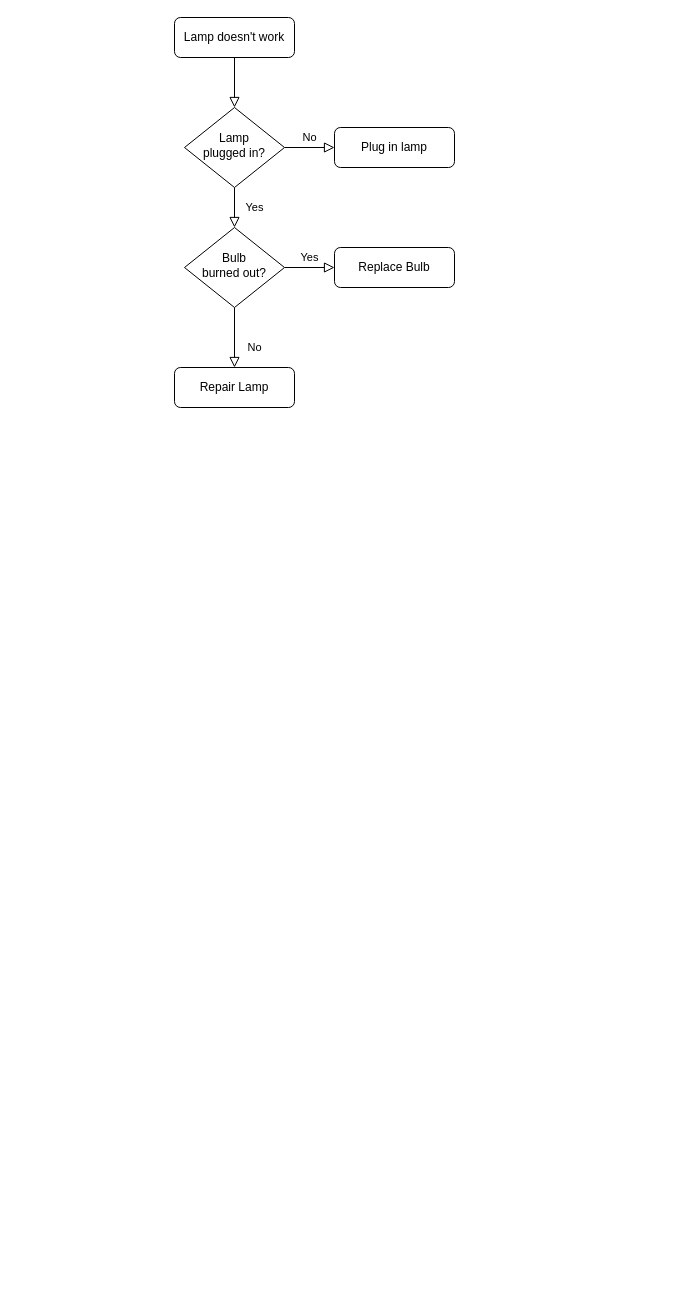
Earlier version of the draw.io diagram draw/work/任务流程.drawio (HeisenbergV/node). Source tidied: cells renumbered, new cells numbered last; positions are measured from the earlier drawing's top-left corner, leaving out a move shared by most shapes. Both pictures are drawn from the tidied source at 100%, with x=0, y=0 at pixel (174, 17).
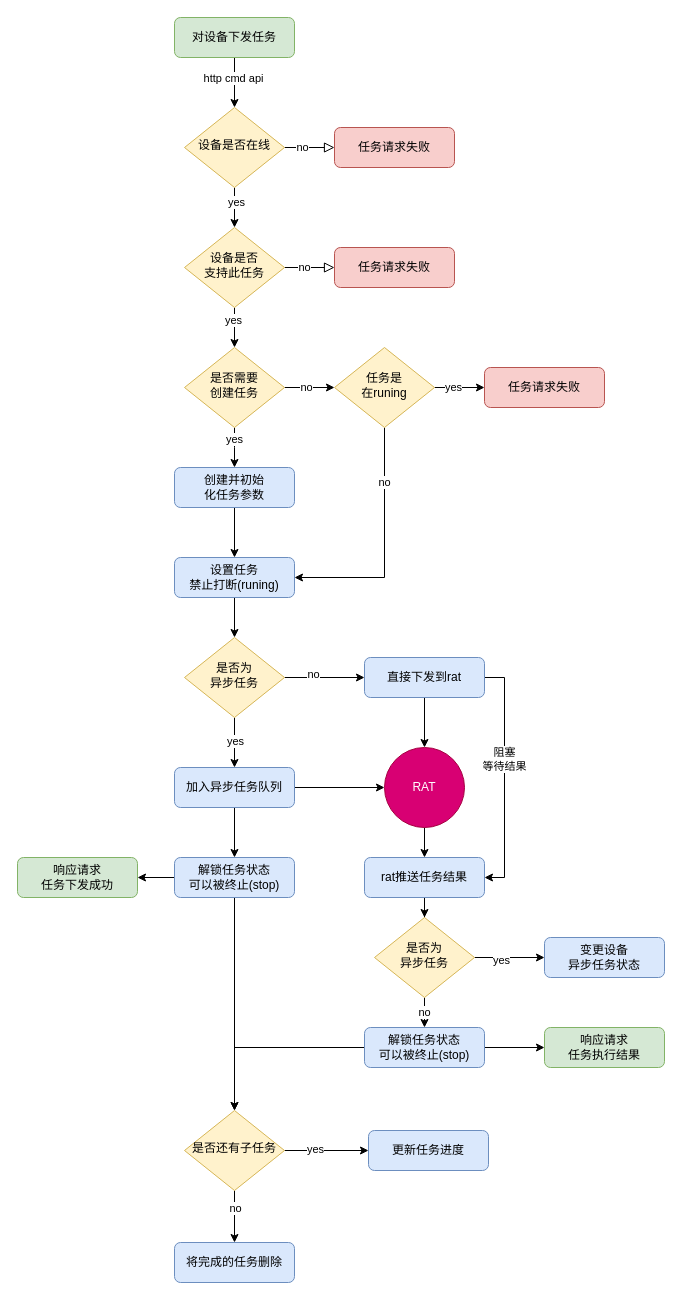
Above is the later version.

Commit message:
更新任务流程.drawio

What changed in the source:
```diff
@@
-    <mxCell id="2" style="rounded=0;html=1;jettySize=auto;fontSize=11;endArrow=block;endFill=0;endSize=8;strokeWidth=1;shadow=0;labelBackgroundColor=none;edgeStyle=orthogonalEdgeStyle;" parent="1" edge="1" source="3" target="6">
+    <mxCell id="2" style="edgeStyle=orthogonalEdgeStyle;rounded=0;jettySize=auto;html=1;" parent="1" edge="1" source="3" target="6">
       <mxGeometry relative="1" as="geometry" />
     </mxCell>
+    <mxCell id="13" value="http cmd api" style="edgeLabel;html=1;align=center;verticalAlign=middle;" parent="2" vertex="1">
+      <mxGeometry x="-0.2" y="-2" relative="1" as="geometry" />
+    </mxCell>
-    <mxCell id="3" value="Lamp doesn't work" style="rounded=1;whiteSpace=wrap;html=1;fontSize=12;glass=0;strokeWidth=1;shadow=0;" parent="1" vertex="1">
+    <mxCell id="3" value="对设备下发任务" style="rounded=1;whiteSpace=wrap;html=1;fontSize=12;glass=0;strokeWidth=1;shadow=0;fillColor=#d5e8d4;strokeColor=#82b366;" parent="1" vertex="1">
       <mxGeometry width="120" height="40" as="geometry" />
     </mxCell>
+    <mxCell id="5" style="edgeStyle=orthogonalEdgeStyle;rounded=0;html=1;jettySize=auto;fontSize=11;endArrow=block;endFill=0;endSize=8;strokeWidth=1;shadow=0;labelBackgroundColor=none;" parent="1" edge="1" source="6" target="7">
+      <mxGeometry y="10" relative="1" as="geometry" />
+    </mxCell>
+    <mxCell id="14" value="no" style="edgeLabel;html=1;align=center;verticalAlign=middle;" parent="5" vertex="1">
+      <mxGeometry x="-0.32" y="1" relative="1" as="geometry" />
+    </mxCell>
-    <mxCell id="4" value="Yes" style="rounded=0;html=1;jettySize=auto;fontSize=11;endArrow=block;endFill=0;endSize=8;strokeWidth=1;shadow=0;labelBackgroundColor=none;edgeStyle=orthogonalEdgeStyle;" parent="1" edge="1" source="6" target="10">
-      <mxGeometry y="20" relative="1" as="geometry" />
+    <mxCell id="4" style="edgeStyle=orthogonalEdgeStyle;rounded=0;jettySize=auto;html=1;entryX=0.5;entryY=0;entryDx=0;entryDy=0;" parent="1" edge="1" source="6" target="10">
+      <mxGeometry relative="1" as="geometry" />
     </mxCell>
-    <mxCell id="5" value="No" style="edgeStyle=orthogonalEdgeStyle;rounded=0;html=1;jettySize=auto;fontSize=11;endArrow=block;endFill=0;endSize=8;strokeWidth=1;shadow=0;labelBackgroundColor=none;" parent="1" edge="1" source="6" target="7">
-      <mxGeometry y="10" relative="1" as="geometry" />
-    </mxCell>
+    <mxCell id="15" value="yes" style="edgeLabel;html=1;align=center;verticalAlign=middle;" parent="4" vertex="1">
+      <mxGeometry x="-0.3" y="1" relative="1" as="geometry" />
+    </mxCell>
-    <mxCell id="6" value="Lamp&lt;br&gt;plugged in?" style="rhombus;whiteSpace=wrap;html=1;shadow=0;fontFamily=Helvetica;fontSize=12;align=center;strokeWidth=1;spacing=6;spacingTop=-4;" parent="1" vertex="1">
+    <mxCell id="6" value="设备是否在线" style="rhombus;whiteSpace=wrap;html=1;shadow=0;fontFamily=Helvetica;fontSize=12;align=center;strokeWidth=1;spacing=6;spacingTop=-4;fillColor=#fff2cc;strokeColor=#d6b656;" parent="1" vertex="1">
       <mxGeometry x="10" y="90" width="100" height="80" as="geometry" />
     </mxCell>
-    <mxCell id="7" value="Plug in lamp" style="rounded=1;whiteSpace=wrap;html=1;fontSize=12;glass=0;strokeWidth=1;shadow=0;" parent="1" vertex="1">
+    <mxCell id="7" value="任务请求失败" style="rounded=1;whiteSpace=wrap;html=1;fontSize=12;glass=0;strokeWidth=1;shadow=0;fillColor=#f8cecc;strokeColor=#b85450;" parent="1" vertex="1">
       <mxGeometry x="160" y="110" width="120" height="40" as="geometry" />
     </mxCell>
-    <mxCell id="8" value="No" style="rounded=0;html=1;jettySize=auto;fontSize=11;endArrow=block;endFill=0;endSize=8;strokeWidth=1;shadow=0;labelBackgroundColor=none;edgeStyle=orthogonalEdgeStyle;" parent="1" edge="1" source="10" target="11">
-      <mxGeometry x="0.33" y="20" relative="1" as="geometry" />
-    </mxCell>
-    <mxCell id="9" value="Yes" style="edgeStyle=orthogonalEdgeStyle;rounded=0;html=1;jettySize=auto;fontSize=11;endArrow=block;endFill=0;endSize=8;strokeWidth=1;shadow=0;labelBackgroundColor=none;" parent="1" edge="1" source="10" target="12">
+    <mxCell id="9" style="edgeStyle=orthogonalEdgeStyle;rounded=0;html=1;jettySize=auto;fontSize=11;endArrow=block;endFill=0;endSize=8;strokeWidth=1;shadow=0;labelBackgroundColor=none;" parent="1" edge="1" source="10" target="12">
       <mxGeometry y="10" relative="1" as="geometry" />
     </mxCell>
+    <mxCell id="16" value="no" style="edgeLabel;html=1;align=center;verticalAlign=middle;" parent="9" vertex="1">
+      <mxGeometry x="-0.24" y="1" relative="1" as="geometry" />
+    </mxCell>
+    <mxCell id="17" style="edgeStyle=orthogonalEdgeStyle;rounded=0;jettySize=auto;html=1;entryX=0.5;entryY=0;entryDx=0;entryDy=0;" parent="1" edge="1" source="10" target="23">
+      <mxGeometry relative="1" as="geometry" />
+    </mxCell>
+    <mxCell id="18" value="yes" style="edgeLabel;html=1;align=center;verticalAlign=middle;" parent="17" vertex="1">
+      <mxGeometry x="-0.4" y="-2" relative="1" as="geometry" />
+    </mxCell>
-    <mxCell id="10" value="Bulb&lt;br&gt;burned out?" style="rhombus;whiteSpace=wrap;html=1;shadow=0;fontFamily=Helvetica;fontSize=12;align=center;strokeWidth=1;spacing=6;spacingTop=-4;" parent="1" vertex="1">
+    <mxCell id="10" value="设备是否&lt;br&gt;支持此任务" style="rhombus;whiteSpace=wrap;html=1;shadow=0;fontFamily=Helvetica;fontSize=12;align=center;strokeWidth=1;spacing=6;spacingTop=-4;fillColor=#fff2cc;strokeColor=#d6b656;" parent="1" vertex="1">
       <mxGeometry x="10" y="210" width="100" height="80" as="geometry" />
     </mxCell>
-    <mxCell id="11" value="Repair Lamp" style="rounded=1;whiteSpace=wrap;html=1;fontSize=12;glass=0;strokeWidth=1;shadow=0;" parent="1" vertex="1">
-      <mxGeometry y="350" width="120" height="40" as="geometry" />
-    </mxCell>
-    <mxCell id="12" value="Replace Bulb" style="rounded=1;whiteSpace=wrap;html=1;fontSize=12;glass=0;strokeWidth=1;shadow=0;" parent="1" vertex="1">
+    <mxCell id="12" value="任务请求失败" style="rounded=1;whiteSpace=wrap;html=1;fontSize=12;glass=0;strokeWidth=1;shadow=0;fillColor=#f8cecc;strokeColor=#b85450;" parent="1" vertex="1">
       <mxGeometry x="160" y="230" width="120" height="40" as="geometry" />
     </mxCell>
+    <mxCell id="19" style="edgeStyle=orthogonalEdgeStyle;rounded=0;jettySize=auto;html=1;" parent="1" edge="1" source="23">
+      <mxGeometry relative="1" as="geometry">
+        <mxPoint x="160" y="370" as="targetPoint" />
+      </mxGeometry>
+    </mxCell>
+    <mxCell id="20" value="no" style="edgeLabel;html=1;align=center;verticalAlign=middle;" parent="19" vertex="1">
+      <mxGeometry x="-0.16" y="1" relative="1" as="geometry" />
+    </mxCell>
+    <mxCell id="21" style="edgeStyle=orthogonalEdgeStyle;rounded=0;jettySize=auto;html=1;entryX=0.5;entryY=0;entryDx=0;entryDy=0;" parent="1" edge="1" source="23">
+      <mxGeometry relative="1" as="geometry">
+        <mxPoint x="60" y="450" as="targetPoint" />
+      </mxGeometry>
+    </mxCell>
+    <mxCell id="22" value="yes" style="edgeLabel;html=1;align=center;verticalAlign=middle;" parent="21" vertex="1">
+      <mxGeometry x="-0.45" y="-1" relative="1" as="geometry" />
+    </mxCell>
+    <mxCell id="23" value="是否需要&lt;br&gt;创建任务" style="rhombus;whiteSpace=wrap;html=1;shadow=0;fontFamily=Helvetica;fontSize=12;align=center;strokeWidth=1;spacing=6;spacingTop=-4;fillColor=#fff2cc;strokeColor=#d6b656;" parent="1" vertex="1">
+      <mxGeometry x="10" y="330" width="100" height="80" as="geometry" />
+    </mxCell>
+    <mxCell id="24" style="edgeStyle=orthogonalEdgeStyle;rounded=0;jettySize=auto;html=1;" parent="1" edge="1" source="28">
+      <mxGeometry relative="1" as="geometry">
+        <mxPoint x="310" y="370" as="targetPoint" />
+      </mxGeometry>
+    </mxCell>
+    <mxCell id="25" value="yes" style="edgeLabel;html=1;align=center;verticalAlign=middle;" parent="24" vertex="1">
+      <mxGeometry x="-0.28" y="1" relative="1" as="geometry" />
+    </mxCell>
+    <mxCell id="26" style="edgeStyle=orthogonalEdgeStyle;rounded=0;jettySize=auto;html=1;entryX=1;entryY=0.5;entryDx=0;entryDy=0;" parent="1" edge="1" source="28" target="33">
+      <mxGeometry relative="1" as="geometry">
+        <Array as="points">
+          <mxPoint x="210" y="560" />
+        </Array>
+      </mxGeometry>
+    </mxCell>
+    <mxCell id="27" value="no" style="edgeLabel;html=1;align=center;verticalAlign=middle;" parent="26" vertex="1">
+      <mxGeometry x="-0.55" y="-1" relative="1" as="geometry" />
+    </mxCell>
+    <mxCell id="28" value="任务是&lt;br&gt;在runing&lt;br&gt;" style="rhombus;whiteSpace=wrap;html=1;shadow=0;fontFamily=Helvetica;fontSize=12;align=center;strokeWidth=1;spacing=6;spacingTop=-4;fillColor=#fff2cc;strokeColor=#d6b656;" parent="1" vertex="1">
+      <mxGeometry x="160" y="330" width="100" height="80" as="geometry" />
+    </mxCell>
+    <mxCell id="29" value="任务请求失败" style="rounded=1;whiteSpace=wrap;html=1;fontSize=12;glass=0;strokeWidth=1;shadow=0;fillColor=#f8cecc;strokeColor=#b85450;" parent="1" vertex="1">
+      <mxGeometry x="310" y="350" width="120" height="40" as="geometry" />
+    </mxCell>
+    <mxCell id="30" style="edgeStyle=orthogonalEdgeStyle;rounded=0;jettySize=auto;html=1;entryX=0.5;entryY=0;entryDx=0;entryDy=0;" parent="1" edge="1" source="31" target="33">
+      <mxGeometry relative="1" as="geometry" />
+    </mxCell>
+    <mxCell id="31" value="创建并初始&lt;br&gt;化任务参数" style="rounded=1;whiteSpace=wrap;html=1;fontSize=12;glass=0;strokeWidth=1;shadow=0;fillColor=#dae8fc;strokeColor=#6c8ebf;" parent="1" vertex="1">
+      <mxGeometry y="450" width="120" height="40" as="geometry" />
+    </mxCell>
+    <mxCell id="32" style="edgeStyle=orthogonalEdgeStyle;rounded=0;jettySize=auto;html=1;entryX=0.5;entryY=0;entryDx=0;entryDy=0;" parent="1" edge="1" source="33" target="45">
+      <mxGeometry relative="1" as="geometry" />
+    </mxCell>
+    <mxCell id="33" value="设置任务&lt;br&gt;禁止打断(runing)" style="rounded=1;whiteSpace=wrap;html=1;fontSize=12;glass=0;strokeWidth=1;shadow=0;fillColor=#dae8fc;strokeColor=#6c8ebf;" parent="1" vertex="1">
+      <mxGeometry y="540" width="120" height="40" as="geometry" />
+    </mxCell>
+    <mxCell id="34" style="edgeStyle=orthogonalEdgeStyle;rounded=0;jettySize=auto;html=1;entryX=0.5;entryY=0;entryDx=0;entryDy=0;" parent="1" edge="1" source="35" target="57">
+      <mxGeometry relative="1" as="geometry" />
+    </mxCell>
+    <mxCell id="35" value="rat推送任务结果" style="rounded=1;whiteSpace=wrap;html=1;fontSize=12;glass=0;strokeWidth=1;shadow=0;fillColor=#dae8fc;strokeColor=#6c8ebf;" parent="1" vertex="1">
+      <mxGeometry x="190" y="840" width="120" height="40" as="geometry" />
+    </mxCell>
+    <mxCell id="36" style="edgeStyle=orthogonalEdgeStyle;rounded=0;jettySize=auto;html=1;entryX=0;entryY=0.5;entryDx=0;entryDy=0;" parent="1" edge="1" source="38" target="40">
+      <mxGeometry relative="1" as="geometry" />
+    </mxCell>
+    <mxCell id="37" style="edgeStyle=orthogonalEdgeStyle;rounded=0;jettySize=auto;html=1;entryX=0.5;entryY=0;entryDx=0;entryDy=0;" parent="1" edge="1" source="38" target="53">
+      <mxGeometry relative="1" as="geometry" />
+    </mxCell>
+    <mxCell id="38" value="加入异步任务队列" style="rounded=1;whiteSpace=wrap;html=1;fontSize=12;glass=0;strokeWidth=1;shadow=0;fillColor=#dae8fc;strokeColor=#6c8ebf;" parent="1" vertex="1">
+      <mxGeometry y="750" width="120" height="40" as="geometry" />
+    </mxCell>
+    <mxCell id="39" style="edgeStyle=orthogonalEdgeStyle;rounded=0;jettySize=auto;html=1;entryX=0.5;entryY=0;entryDx=0;entryDy=0;" parent="1" edge="1" source="40" target="35">
+      <mxGeometry relative="1" as="geometry" />
+    </mxCell>
+    <mxCell id="40" value="RAT" style="ellipse;whiteSpace=wrap;html=1;fillColor=#d80073;strokeColor=#A50040;fontColor=#ffffff;" parent="1" vertex="1">
+      <mxGeometry x="210" y="730" width="80" height="80" as="geometry" />
+    </mxCell>
+    <mxCell id="41" style="edgeStyle=orthogonalEdgeStyle;rounded=0;jettySize=auto;html=1;entryX=0.5;entryY=0;entryDx=0;entryDy=0;" parent="1" edge="1" source="45" target="38">
+      <mxGeometry relative="1" as="geometry" />
+    </mxCell>
+    <mxCell id="42" value="yes" style="edgeLabel;html=1;align=center;verticalAlign=middle;" parent="41" vertex="1">
+      <mxGeometry x="-0.1" relative="1" as="geometry" />
+    </mxCell>
+    <mxCell id="43" style="edgeStyle=orthogonalEdgeStyle;rounded=0;jettySize=auto;html=1;entryX=0;entryY=0.5;entryDx=0;entryDy=0;" parent="1" edge="1" source="45" target="50">
+      <mxGeometry relative="1" as="geometry" />
+    </mxCell>
+    <mxCell id="44" value="no" style="edgeLabel;html=1;align=center;verticalAlign=middle;" parent="43" vertex="1">
+      <mxGeometry x="-0.3" y="4" relative="1" as="geometry" />
+    </mxCell>
+    <mxCell id="45" value="是否为&lt;br&gt;异步任务" style="rhombus;whiteSpace=wrap;html=1;shadow=0;fontFamily=Helvetica;fontSize=12;align=center;strokeWidth=1;spacing=6;spacingTop=-4;fillColor=#fff2cc;strokeColor=#d6b656;" parent="1" vertex="1">
+      <mxGeometry x="10" y="620" width="100" height="80" as="geometry" />
+    </mxCell>
+    <mxCell id="46" value="响应请求&lt;br&gt;任务下发成功" style="rounded=1;whiteSpace=wrap;html=1;fontSize=12;glass=0;strokeWidth=1;shadow=0;fillColor=#d5e8d4;strokeColor=#82b366;" parent="1" vertex="1">
+      <mxGeometry x="-157" y="840" width="120" height="40" as="geometry" />
+    </mxCell>
+    <mxCell id="47" style="edgeStyle=orthogonalEdgeStyle;rounded=0;jettySize=auto;html=1;entryX=0.5;entryY=0;entryDx=0;entryDy=0;" parent="1" edge="1" source="50" target="40">
+      <mxGeometry relative="1" as="geometry" />
+    </mxCell>
+    <mxCell id="48" style="edgeStyle=orthogonalEdgeStyle;rounded=0;jettySize=auto;html=1;entryX=1;entryY=0.5;entryDx=0;entryDy=0;" parent="1" edge="1" source="50" target="35">
+      <mxGeometry relative="1" as="geometry">
+        <Array as="points">
+          <mxPoint x="330" y="660" />
+          <mxPoint x="330" y="860" />
+        </Array>
+      </mxGeometry>
+    </mxCell>
+    <mxCell id="49" value="阻塞&lt;br&gt;等待结果" style="edgeLabel;html=1;align=center;verticalAlign=middle;" parent="48" vertex="1">
+      <mxGeometry x="-0.16" y="-1" relative="1" as="geometry" />
+    </mxCell>
+    <mxCell id="50" value="直接下发到rat" style="rounded=1;whiteSpace=wrap;html=1;fontSize=12;glass=0;strokeWidth=1;shadow=0;fillColor=#dae8fc;strokeColor=#6c8ebf;" parent="1" vertex="1">
+      <mxGeometry x="190" y="640" width="120" height="40" as="geometry" />
+    </mxCell>
+    <mxCell id="51" style="edgeStyle=orthogonalEdgeStyle;rounded=0;jettySize=auto;html=1;entryX=1;entryY=0.5;entryDx=0;entryDy=0;" parent="1" edge="1" source="53" target="46">
+      <mxGeometry relative="1" as="geometry" />
+    </mxCell>
+    <mxCell id="52" style="edgeStyle=orthogonalEdgeStyle;rounded=0;jettySize=auto;html=1;entryX=0.5;entryY=0;entryDx=0;entryDy=0;" parent="1" edge="1" source="53" target="67">
+      <mxGeometry relative="1" as="geometry" />
+    </mxCell>
+    <mxCell id="53" value="解锁任务状态&lt;br&gt;可以被终止(stop)" style="rounded=1;whiteSpace=wrap;html=1;fontSize=12;glass=0;strokeWidth=1;shadow=0;fillColor=#dae8fc;strokeColor=#6c8ebf;" parent="1" vertex="1">
+      <mxGeometry y="840" width="120" height="40" as="geometry" />
+    </mxCell>
+    <mxCell id="54" value="no" style="edgeStyle=orthogonalEdgeStyle;rounded=0;jettySize=auto;html=1;exitX=0.5;exitY=1;exitDx=0;exitDy=0;entryX=0.5;entryY=0;entryDx=0;entryDy=0;" parent="1" edge="1" source="57" target="60">
+      <mxGeometry relative="1" as="geometry" />
+    </mxCell>
+    <mxCell id="55" style="edgeStyle=orthogonalEdgeStyle;rounded=0;jettySize=auto;html=1;entryX=0;entryY=0.5;entryDx=0;entryDy=0;" parent="1" edge="1" source="57" target="62">
+      <mxGeometry relative="1" as="geometry" />
+    </mxCell>
+    <mxCell id="56" value="yes" style="edgeLabel;html=1;align=center;verticalAlign=middle;" parent="55" vertex="1">
+      <mxGeometry x="-0.26" y="-2" relative="1" as="geometry" />
+    </mxCell>
+    <mxCell id="57" value="是否为&lt;br&gt;异步任务" style="rhombus;whiteSpace=wrap;html=1;shadow=0;fontFamily=Helvetica;fontSize=12;align=center;strokeWidth=1;spacing=6;spacingTop=-4;fillColor=#fff2cc;strokeColor=#d6b656;" parent="1" vertex="1">
+      <mxGeometry x="200" y="900" width="100" height="80" as="geometry" />
+    </mxCell>
+    <mxCell id="58" style="edgeStyle=orthogonalEdgeStyle;rounded=0;jettySize=auto;html=1;entryX=0;entryY=0.5;entryDx=0;entryDy=0;" parent="1" edge="1" source="60" target="61">
+      <mxGeometry relative="1" as="geometry" />
+    </mxCell>
+    <mxCell id="59" style="edgeStyle=orthogonalEdgeStyle;rounded=0;jettySize=auto;html=1;entryX=0.5;entryY=0;entryDx=0;entryDy=0;" parent="1" edge="1" source="60" target="67">
+      <mxGeometry relative="1" as="geometry" />
+    </mxCell>
+    <mxCell id="60" value="解锁任务状态&lt;br&gt;可以被终止(stop)" style="rounded=1;whiteSpace=wrap;html=1;fontSize=12;glass=0;strokeWidth=1;shadow=0;fillColor=#dae8fc;strokeColor=#6c8ebf;" parent="1" vertex="1">
+      <mxGeometry x="190" y="1010" width="120" height="40" as="geometry" />
+    </mxCell>
+    <mxCell id="61" value="响应请求&lt;br&gt;任务执行结果" style="rounded=1;whiteSpace=wrap;html=1;fontSize=12;glass=0;strokeWidth=1;shadow=0;fillColor=#d5e8d4;strokeColor=#82b366;" parent="1" vertex="1">
+      <mxGeometry x="370" y="1010" width="120" height="40" as="geometry" />
+    </mxCell>
+    <mxCell id="62" value="变更设备&lt;br&gt;异步任务状态" style="rounded=1;whiteSpace=wrap;html=1;fontSize=12;glass=0;strokeWidth=1;shadow=0;fillColor=#dae8fc;strokeColor=#6c8ebf;" parent="1" vertex="1">
+      <mxGeometry x="370" y="920" width="120" height="40" as="geometry" />
+    </mxCell>
+    <mxCell id="63" style="edgeStyle=orthogonalEdgeStyle;rounded=0;jettySize=auto;html=1;entryX=0;entryY=0.5;entryDx=0;entryDy=0;" parent="1" edge="1" source="67" target="68">
+      <mxGeometry relative="1" as="geometry" />
+    </mxCell>
+    <mxCell id="64" value="yes" style="edgeLabel;html=1;align=center;verticalAlign=middle;" parent="63" vertex="1">
+      <mxGeometry x="-0.29" y="2" relative="1" as="geometry" />
+    </mxCell>
+    <mxCell id="65" style="edgeStyle=orthogonalEdgeStyle;rounded=0;jettySize=auto;html=1;" parent="1" edge="1" source="67" target="69">
+      <mxGeometry relative="1" as="geometry" />
+    </mxCell>
+    <mxCell id="66" value="no" style="edgeLabel;html=1;align=center;verticalAlign=middle;" parent="65" vertex="1">
+      <mxGeometry x="-0.35" relative="1" as="geometry" />
+    </mxCell>
+    <mxCell id="67" value="是否还有子任务" style="rhombus;whiteSpace=wrap;html=1;shadow=0;fontFamily=Helvetica;fontSize=12;align=center;strokeWidth=1;spacing=6;spacingTop=-4;fillColor=#fff2cc;strokeColor=#d6b656;" parent="1" vertex="1">
+      <mxGeometry x="10" y="1093" width="100" height="80" as="geometry" />
+    </mxCell>
+    <mxCell id="68" value="更新任务进度" style="rounded=1;whiteSpace=wrap;html=1;fontSize=12;glass=0;strokeWidth=1;shadow=0;fillColor=#dae8fc;strokeColor=#6c8ebf;" parent="1" vertex="1">
+      <mxGeometry x="194" y="1113" width="120" height="40" as="geometry" />
+    </mxCell>
+    <mxCell id="69" value="将完成的任务删除" style="rounded=1;whiteSpace=wrap;html=1;fontSize=12;glass=0;strokeWidth=1;shadow=0;fillColor=#dae8fc;strokeColor=#6c8ebf;" parent="1" vertex="1">
+      <mxGeometry y="1225" width="120" height="40" as="geometry" />
+    </mxCell>
```
